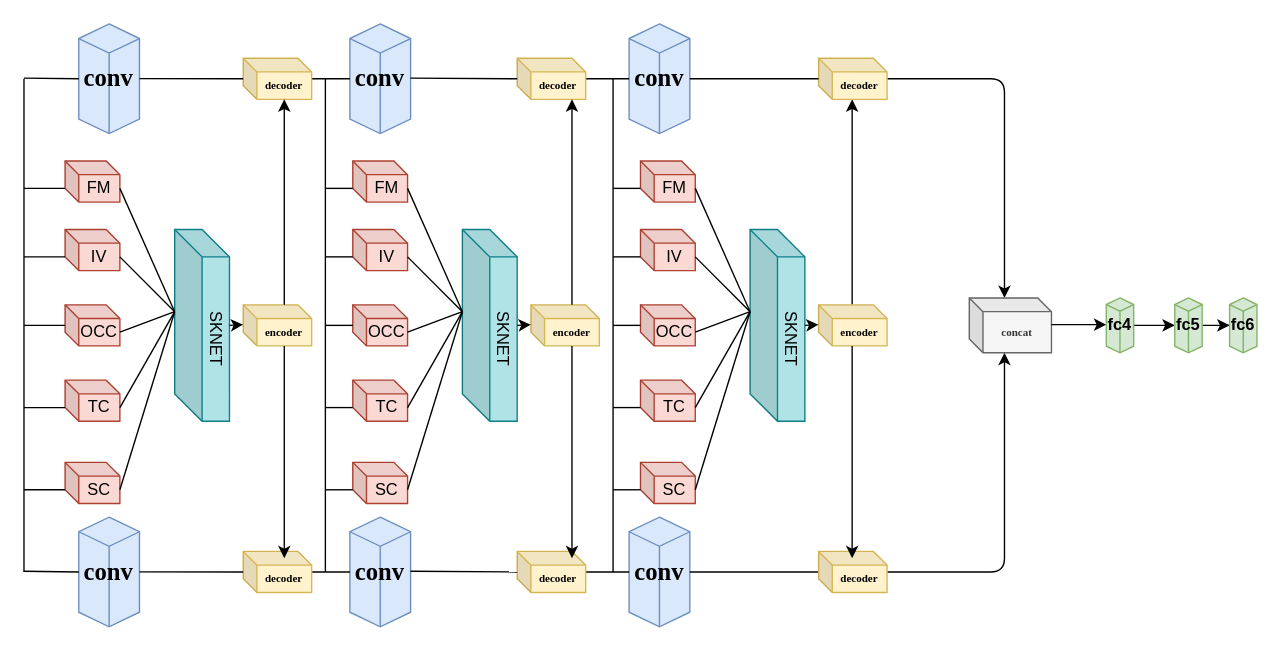
Before: 一些论文/未命名绘图.drawio in yangmengmeng1997/dVectorSpeakerRecognition, a draw.io diagram. Source tidied: cells renumbered, new cells numbered last; positions are measured from the earlier drawing's top-left corner, leaving out a move shared by most shapes. Both pictures are drawn from the tidied source at 137%, with x=0, y=0 at pixel (23, 23).
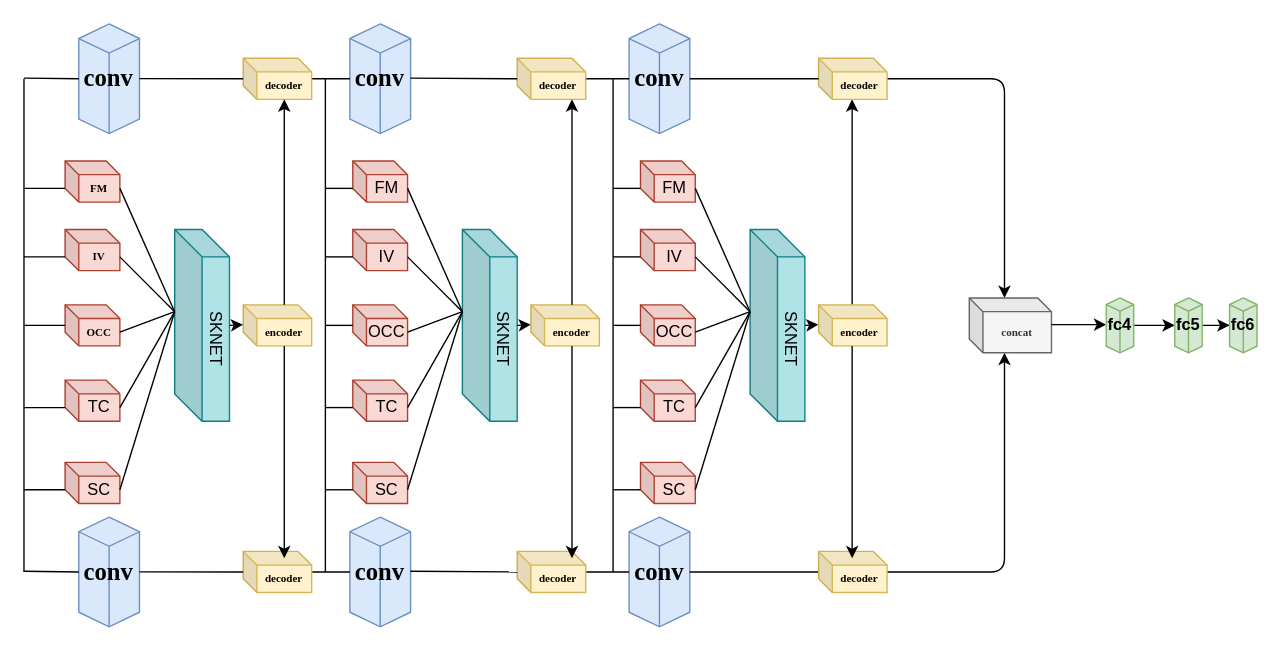
The same page after the edit.

Commit message:
更新未命名绘图.drawio

What changed in the source:
```diff
@@
-    <mxCell id="29" value="OCC" style="shape=cube;whiteSpace=wrap;html=1;boundedLbl=1;backgroundOutline=1;darkOpacity=0.05;darkOpacity2=0.1;size=10;fillColor=#fad9d5;strokeColor=#ae4132;" parent="1" vertex="1">
+    <mxCell id="29" value="&lt;h6&gt;&lt;font face=&quot;Times New Roman&quot;&gt;OCC&lt;/font&gt;&lt;/h6&gt;" style="shape=cube;whiteSpace=wrap;html=1;boundedLbl=1;backgroundOutline=1;darkOpacity=0.05;darkOpacity2=0.1;size=10;fillColor=#fad9d5;strokeColor=#ae4132;" parent="1" vertex="1">
       <mxGeometry x="30" y="205" width="40" height="30" as="geometry" />
     </mxCell>
@@
-    <mxCell id="31" value="FM" style="shape=cube;whiteSpace=wrap;html=1;boundedLbl=1;backgroundOutline=1;darkOpacity=0.05;darkOpacity2=0.1;size=10;fillColor=#fad9d5;strokeColor=#ae4132;" parent="1" vertex="1">
+    <mxCell id="31" value="&lt;h6&gt;&lt;font face=&quot;Times New Roman&quot;&gt;FM&lt;/font&gt;&lt;/h6&gt;" style="shape=cube;whiteSpace=wrap;html=1;boundedLbl=1;backgroundOutline=1;darkOpacity=0.05;darkOpacity2=0.1;size=10;fillColor=#fad9d5;strokeColor=#ae4132;" parent="1" vertex="1">
       <mxGeometry x="30" y="100" width="40" height="30" as="geometry" />
     </mxCell>
-    <mxCell id="32" value="IV" style="shape=cube;whiteSpace=wrap;html=1;boundedLbl=1;backgroundOutline=1;darkOpacity=0.05;darkOpacity2=0.1;size=10;fillColor=#fad9d5;strokeColor=#ae4132;" parent="1" vertex="1">
+    <mxCell id="32" value="&lt;h6&gt;&lt;font face=&quot;Times New Roman&quot;&gt;IV&lt;/font&gt;&lt;/h6&gt;" style="shape=cube;whiteSpace=wrap;html=1;boundedLbl=1;backgroundOutline=1;darkOpacity=0.05;darkOpacity2=0.1;size=10;fillColor=#fad9d5;strokeColor=#ae4132;" parent="1" vertex="1">
       <mxGeometry x="30" y="150" width="40" height="30" as="geometry" />
     </mxCell>
```
